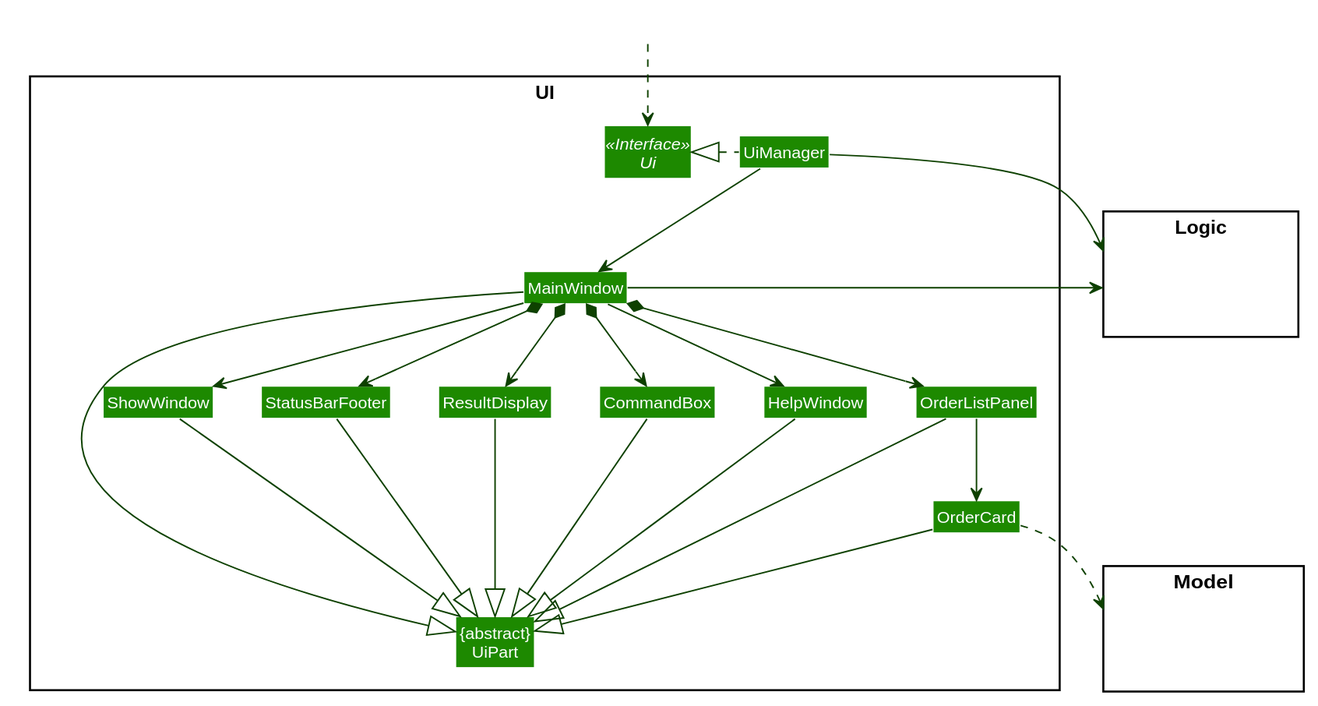
Before: docs/images/UiClassDiagram.svg, a diagram exported from PlantUML (nus-cs2103-AY1920S2/addressbook-level3). The source it was exported from:
```plantuml
@startuml








skinparam BackgroundColor #FFFFFFF

skinparam Shadowing false

skinparam Class {
    FontColor #FFFFFF
    BorderThickness 1
    BorderColor #FFFFFF
    StereotypeFontColor #FFFFFF
    FontName Arial
}

skinparam Actor {
    BorderColor #000000
    Color #000000
    FontName Arial
}

skinparam Sequence {
    MessageAlign center
    BoxFontSize 15
    BoxPadding 0
    BoxFontColor #FFFFFF
    FontName Arial
}

skinparam Participant {
    FontColor #FFFFFFF
    Padding 20
}

skinparam MinClassWidth 50
skinparam ParticipantPadding 10
skinparam Shadowing false
skinparam DefaultTextAlignment center
skinparam packageStyle Rectangle

hide footbox
hide members
hide circle
skinparam arrowThickness 1.1
skinparam arrowColor #0E4100
skinparam classBackgroundColor #1D8900

package UI <<Rectangle>>{
Interface Ui <<Interface>>
Class "{abstract}\nUiPart" as UiPart
Class UiManager
Class MainWindow
Class HelpWindow
Class ShowWindow
Class ResultDisplay
Class OrderListPanel
Class OrderCard
Class StatusBarFooter
Class CommandBox
}

package Model <<Rectangle>> {
Class HiddenModel #FFFFFF
}

package Logic <<Rectangle>> {
Class HiddenLogic #FFFFFF
}

Class HiddenOutside #FFFFFF
HiddenOutside ..> Ui

UiManager .left.|> Ui
UiManager -down-> MainWindow
MainWindow --> HelpWindow
MainWindow *-down-> CommandBox
MainWindow *-down-> ResultDisplay
MainWindow *-down-> OrderListPanel
MainWindow *-down-> StatusBarFooter
MainWindow --> ShowWindow

OrderListPanel -down-> OrderCard

MainWindow -left-|> UiPart

ResultDisplay --|> UiPart
CommandBox --|> UiPart
OrderListPanel --|> UiPart
OrderCard --|> UiPart
StatusBarFooter --|> UiPart
HelpWindow -down-|> UiPart

OrderCard ..> Model
UiManager -right-> Logic
MainWindow -left-> Logic
ShowWindow --|> UiPart

OrderListPanel -[hidden]left- HelpWindow
HelpWindow -[hidden]left- CommandBox
CommandBox -[hidden]left- ResultDisplay
ResultDisplay -[hidden]left- StatusBarFooter
StatusBarFooter -[hidden]left- ShowWindow

MainWindow -[hidden]-|> UiPart
@enduml
```
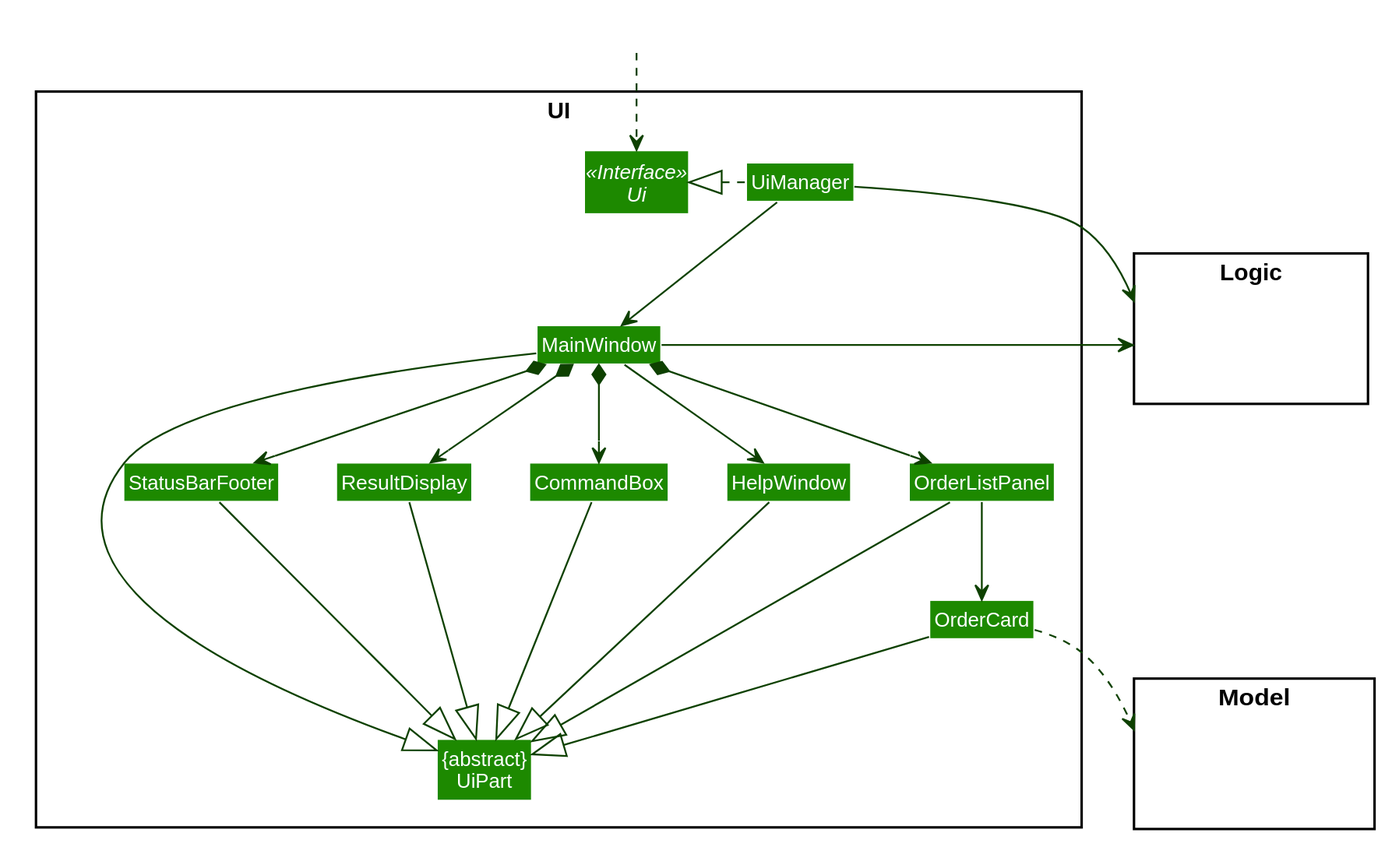
Above is the later version.

Diff of the diagram source:
```diff
@@ -57,7 +57,6 @@
 Class UiManager
 Class MainWindow
 Class HelpWindow
-Class ShowWindow
 Class ResultDisplay
 Class OrderListPanel
 Class OrderCard
@@ -83,7 +82,6 @@
 MainWindow *-down-> ResultDisplay
 MainWindow *-down-> OrderListPanel
 MainWindow *-down-> StatusBarFooter
-MainWindow --> ShowWindow
 
 OrderListPanel -down-> OrderCard
 
@@ -99,13 +97,11 @@
 OrderCard ..> Model
 UiManager -right-> Logic
 MainWindow -left-> Logic
-ShowWindow --|> UiPart
 
 OrderListPanel -[hidden]left- HelpWindow
 HelpWindow -[hidden]left- CommandBox
 CommandBox -[hidden]left- ResultDisplay
 ResultDisplay -[hidden]left- StatusBarFooter
-StatusBarFooter -[hidden]left- ShowWindow
 
 MainWindow -[hidden]-|> UiPart
 @enduml
```
